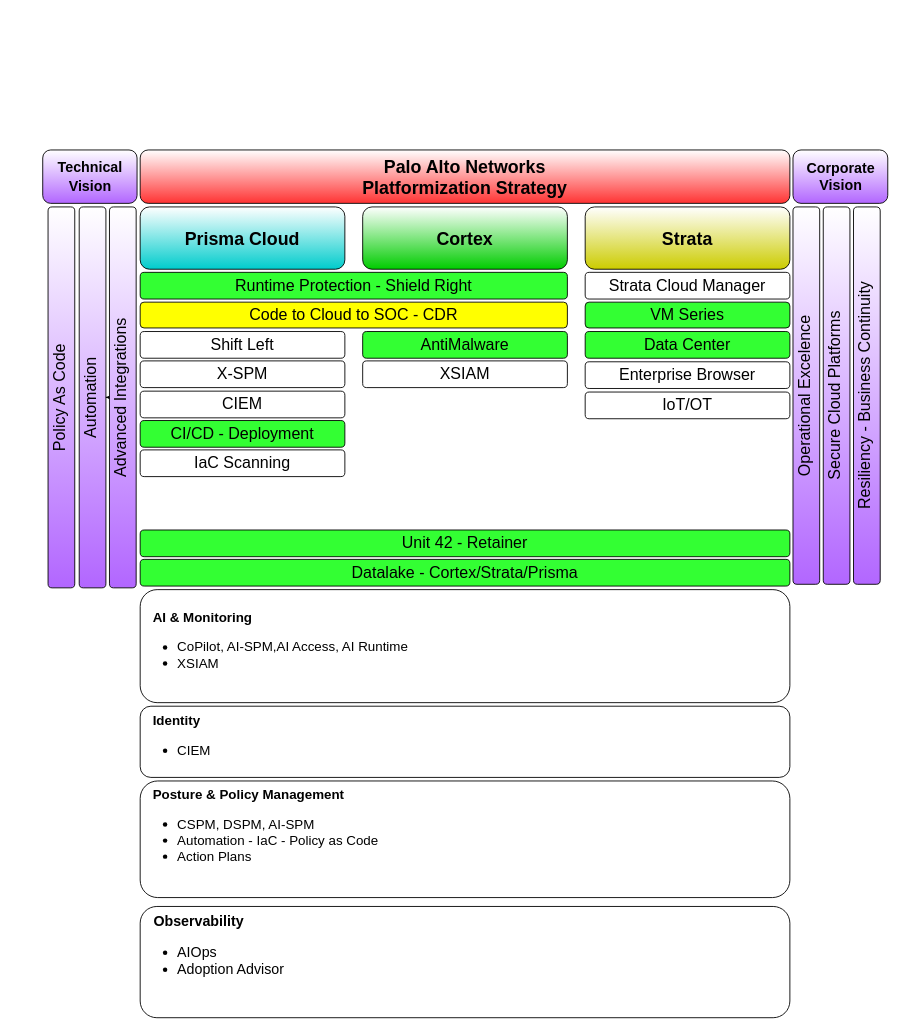
lcastrose/architecture keeps this draw.io diagram as page "Current State" (1 of 2) of BanColombia.drawio. Above is the earlier version. Source tidied: cells renumbered, new cells numbered last; positions are measured from the earlier drawing's top-left corner, leaving out a move shared by most shapes. Both pictures are drawn from the tidied source at 89%, with x=0, y=0 at pixel (42, 150).
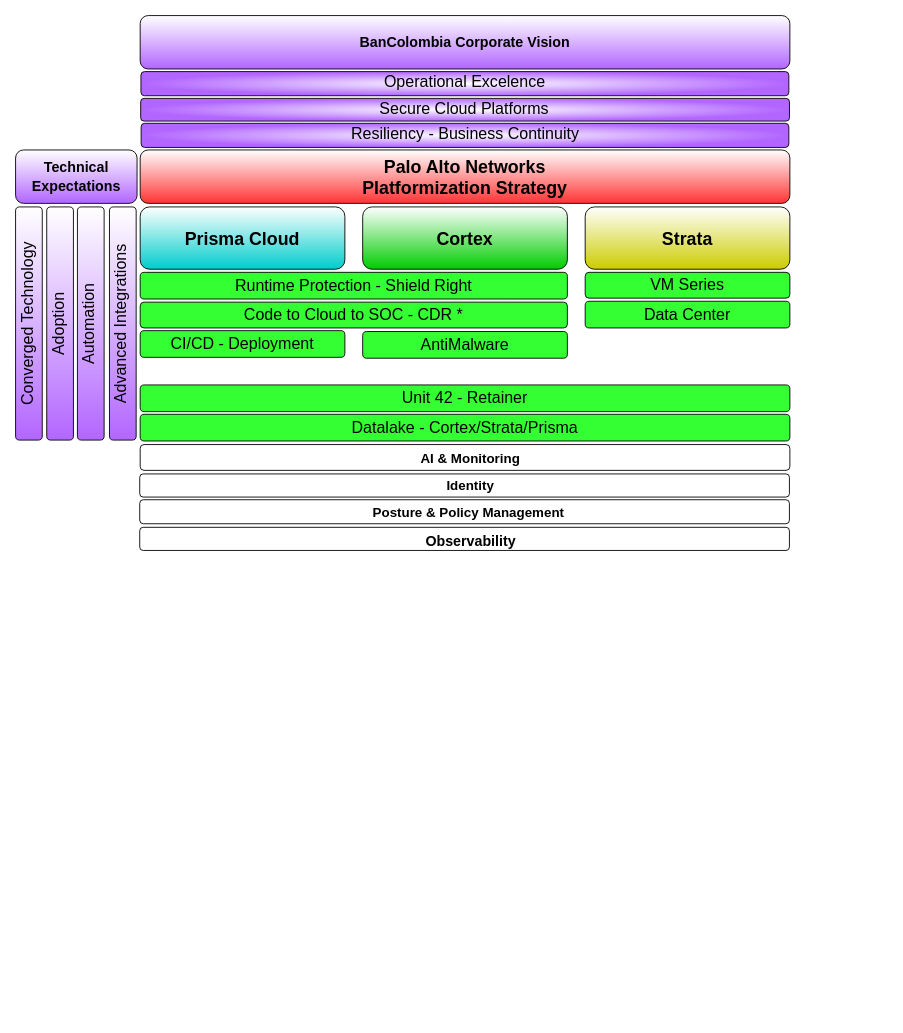
The same page after the edit.

What changed in the source:
```diff
@@
-    <mxCell id="6" value="&lt;b&gt;&amp;nbsp; &amp;nbsp;AI &amp;amp; Monitoring&lt;/b&gt;&lt;div&gt;&lt;ul&gt;&lt;li&gt;CoPilot, AI-SPM,AI Access, AI Runtime&lt;/li&gt;&lt;li&gt;XSIAM&lt;/li&gt;&lt;/ul&gt;&lt;/div&gt;" style="rounded=1;whiteSpace=wrap;html=1;fontSize=15;align=left;" parent="1" vertex="1">
-      <mxGeometry x="110" y="494" width="730" height="127" as="geometry" />
+    <mxCell id="6" value="&lt;b&gt;&amp;nbsp; &amp;nbsp;AI &amp;amp; Monitoring&lt;/b&gt;" style="rounded=1;whiteSpace=wrap;html=1;fontSize=15;align=center;" parent="1" vertex="1">
+      <mxGeometry x="110" y="331" width="730" height="29" as="geometry" />
     </mxCell>
-    <mxCell id="7" value="&lt;b&gt;&amp;nbsp; &amp;nbsp;Identity&lt;/b&gt;&lt;div&gt;&lt;ul&gt;&lt;li&gt;CIEM&lt;/li&gt;&lt;/ul&gt;&lt;/div&gt;" style="rounded=1;whiteSpace=wrap;html=1;fontSize=15;align=left;" parent="1" vertex="1">
-      <mxGeometry x="110" y="625" width="730" height="80" as="geometry" />
+    <mxCell id="7" value="&lt;b&gt;&amp;nbsp; &amp;nbsp;Identity&lt;/b&gt;" style="rounded=1;whiteSpace=wrap;html=1;fontSize=15;align=center;" parent="1" vertex="1">
+      <mxGeometry x="109.5" y="364" width="730" height="26" as="geometry" />
     </mxCell>
-    <mxCell id="8" value="&lt;b&gt;&amp;nbsp; &amp;nbsp;Posture &amp;amp; Policy Management&lt;/b&gt;&lt;div&gt;&lt;ul&gt;&lt;li&gt;CSPM, DSPM, AI-SPM&lt;/li&gt;&lt;li&gt;Automation - IaC - Policy as Code&lt;/li&gt;&lt;li&gt;Action Plans&lt;/li&gt;&lt;/ul&gt;&lt;div&gt;&lt;b&gt;&lt;br&gt;&lt;/b&gt;&lt;/div&gt;&lt;/div&gt;" style="rounded=1;whiteSpace=wrap;html=1;fontSize=15;align=left;" parent="1" vertex="1">
-      <mxGeometry x="110" y="709" width="730" height="131" as="geometry" />
+    <mxCell id="8" value="&lt;b&gt;&amp;nbsp; Posture &amp;amp; Policy Management&lt;/b&gt;" style="rounded=1;whiteSpace=wrap;html=1;fontSize=15;align=center;" parent="1" vertex="1">
+      <mxGeometry x="109.5" y="393" width="730" height="27" as="geometry" />
     </mxCell>
-    <mxCell id="9" value="&lt;b&gt;&amp;nbsp; &amp;nbsp;Observability&lt;/b&gt;&lt;div&gt;&lt;ul&gt;&lt;li&gt;AIOps&lt;/li&gt;&lt;li&gt;Adoption Advisor&lt;/li&gt;&lt;/ul&gt;&lt;/div&gt;&lt;div&gt;&lt;br&gt;&lt;/div&gt;" style="rounded=1;whiteSpace=wrap;html=1;fontSize=16;align=left;verticalAlign=top;" parent="1" vertex="1">
-      <mxGeometry x="110" y="850" width="730" height="125" as="geometry" />
+    <mxCell id="9" value="&lt;b&gt;&amp;nbsp; &amp;nbsp;Observability&lt;/b&gt;" style="rounded=1;whiteSpace=wrap;html=1;fontSize=16;align=center;verticalAlign=top;" parent="1" vertex="1">
+      <mxGeometry x="109.5" y="424" width="730" height="26" as="geometry" />
     </mxCell>
-    <mxCell id="10" value="Operational Excelence" style="rounded=1;whiteSpace=wrap;html=1;rotation=-180;flipV=1;flipH=1;textDirection=vertical-lr;fontSize=18;gradientColor=#B266FF;" parent="1" vertex="1">
-      <mxGeometry x="843.5" y="64" width="30" height="424" as="geometry" />
+    <mxCell id="10" value="Operational Excelence" style="rounded=1;whiteSpace=wrap;html=1;rotation=-90;flipV=1;flipH=1;textDirection=vertical-lr;fontSize=18;gradientColor=#B266FF;fillColor=default;gradientDirection=radial;" parent="1" vertex="1">
+      <mxGeometry x="461.3" y="-438.5" width="27.1" height="728" as="geometry" />
     </mxCell>
-    <mxCell id="11" style="edgeStyle=orthogonalEdgeStyle;rounded=0;jettySize=auto;html=1;" parent="1" edge="1" source="12" target="18">
-      <mxGeometry relative="1" as="geometry" />
+    <mxCell id="11" style="edgeStyle=orthogonalEdgeStyle;rounded=0;orthogonalLoop=1;jettySize=auto;html=1;" parent="1" edge="1">
+      <mxGeometry relative="1" as="geometry">
+        <mxPoint x="71.5" y="195" as="targetPoint" />
+      </mxGeometry>
     </mxCell>
-    <mxCell id="12" value="Advanced Integrations" style="rounded=1;whiteSpace=wrap;html=1;rotation=-180;flipV=1;flipH=1;textDirection=vertical-lr;fontSize=18;gradientColor=#B266FF;" parent="1" vertex="1">
-      <mxGeometry x="75.5" y="64" width="30" height="428" as="geometry" />
-    </mxCell>
-    <mxCell id="13" value="Resiliency - Business Continuity" style="rounded=1;whiteSpace=wrap;html=1;rotation=-180;flipV=1;flipH=1;textDirection=vertical-lr;fontSize=18;gradientColor=#B266FF;" parent="1" vertex="1">
-      <mxGeometry x="911.5" y="64" width="30" height="424" as="geometry" />
+    <mxCell id="13" value="Resiliency - Business Continuity" style="rounded=1;whiteSpace=wrap;html=1;rotation=-90;flipV=1;flipH=1;textDirection=vertical-lr;fontSize=18;gradientColor=#B266FF;fillColor=default;gradientDirection=radial;" parent="1" vertex="1">
+      <mxGeometry x="461.4" y="-380.3" width="27.1" height="727.8" as="geometry" />
     </mxCell>
     <mxCell id="14" value="VM Series" style="rounded=1;whiteSpace=wrap;html=1;fontSize=18;strokeColor=#000000;strokeWidth=1;fillColor=#33FF33;" parent="1" vertex="1">
-      <mxGeometry x="610" y="171" width="230" height="29" as="geometry" />
+      <mxGeometry x="610" y="137.5" width="230" height="29" as="geometry" />
     </mxCell>
-    <mxCell id="15" value="Strata Cloud Manager" style="rounded=1;whiteSpace=wrap;html=1;fontSize=18;" parent="1" vertex="1">
-      <mxGeometry x="610" y="137.5" width="230" height="30" as="geometry" />
-    </mxCell>
-    <mxCell id="16" value="Code to Cloud to SOC - CDR" style="rounded=1;whiteSpace=wrap;html=1;fontSize=18;fillColor=#FFFF00;" parent="1" vertex="1">
+    <mxCell id="16" value="Code to Cloud to SOC - CDR *" style="rounded=1;whiteSpace=wrap;html=1;fontSize=18;fillColor=#33FF33;" parent="1" vertex="1">
       <mxGeometry x="110" y="171" width="480" height="29" as="geometry" />
     </mxCell>
-    <mxCell id="17" value="Policy As Code" style="rounded=1;whiteSpace=wrap;html=1;rotation=-180;flipV=1;flipH=1;textDirection=vertical-lr;fontSize=18;gradientColor=#B266FF;" parent="1" vertex="1">
-      <mxGeometry x="6.5" y="64" width="30" height="428" as="geometry" />
-    </mxCell>
-    <mxCell id="18" value="Automation" style="rounded=1;whiteSpace=wrap;html=1;rotation=-180;flipV=1;flipH=1;textDirection=vertical-lr;fontSize=18;gradientColor=#B266FF;" parent="1" vertex="1">
-      <mxGeometry x="41.5" y="64" width="30" height="428" as="geometry" />
-    </mxCell>
     <mxCell id="19" value="Data Center" style="rounded=1;whiteSpace=wrap;html=1;fontSize=18;strokeWidth=1;strokeColor=#000000;fillColor=#33FF33;" parent="1" vertex="1">
-      <mxGeometry x="610" y="204" width="230" height="30" as="geometry" />
+      <mxGeometry x="610" y="170" width="230" height="30" as="geometry" />
     </mxCell>
-    <mxCell id="20" value="Enterprise Browser" style="rounded=1;whiteSpace=wrap;html=1;fontSize=18;" parent="1" vertex="1">
-      <mxGeometry x="610" y="238" width="230" height="30" as="geometry" />
-    </mxCell>
@@
-    <mxCell id="22" value="Shift Left" style="rounded=1;whiteSpace=wrap;html=1;fontSize=18;" parent="1" vertex="1">
-      <mxGeometry x="110" y="204" width="230" height="30" as="geometry" />
-    </mxCell>
-    <mxCell id="23" value="X-SPM" style="rounded=1;whiteSpace=wrap;html=1;fontSize=18;" parent="1" vertex="1">
-      <mxGeometry x="110" y="237" width="230" height="30" as="geometry" />
-    </mxCell>
     <mxCell id="24" value="Datalake - Cortex/Strata/Prisma" style="rounded=1;whiteSpace=wrap;html=1;fontSize=18;strokeWidth=1;strokeColor=#000000;fillColor=#33FF33;" parent="1" vertex="1">
-      <mxGeometry x="110" y="460" width="730" height="30" as="geometry" />
+      <mxGeometry x="110" y="297" width="730" height="30" as="geometry" />
     </mxCell>
-    <mxCell id="25" value="IoT/OT" style="rounded=1;whiteSpace=wrap;html=1;fontSize=18;strokeWidth=1;strokeColor=#000000;" parent="1" vertex="1">
-      <mxGeometry x="610" y="272" width="230" height="30" as="geometry" />
-    </mxCell>
-    <mxCell id="26" value="Secure Cloud Platforms" style="rounded=1;whiteSpace=wrap;html=1;rotation=-180;flipV=1;flipH=1;textDirection=vertical-lr;fontSize=18;gradientColor=#B266FF;" parent="1" vertex="1">
-      <mxGeometry x="877.5" y="64" width="30" height="424" as="geometry" />
+    <mxCell id="26" value="Secure Cloud Platforms" style="rounded=1;whiteSpace=wrap;html=1;rotation=-90;flipV=1;flipH=1;textDirection=vertical-lr;fontSize=18;gradientColor=#B266FF;fillColor=default;gradientDirection=radial;" parent="1" vertex="1">
+      <mxGeometry x="462.3" y="-409.7" width="25.5" height="729" as="geometry" />
     </mxCell>
-    <mxCell id="27" value="&lt;font&gt;&lt;b&gt;Corporate Vision&lt;/b&gt;&lt;/font&gt;" style="rounded=1;whiteSpace=wrap;html=1;fontSize=16;gradientColor=#B266FF;" parent="1" vertex="1">
-      <mxGeometry x="843.5" width="106.5" height="60" as="geometry" />
+    <mxCell id="27" value="&lt;font&gt;&lt;b&gt;BanColombia Corporate Vision&lt;/b&gt;&lt;/font&gt;" style="rounded=1;whiteSpace=wrap;html=1;fontSize=16;gradientColor=#B266FF;" parent="1" vertex="1">
+      <mxGeometry x="110" y="-151" width="730" height="60" as="geometry" />
     </mxCell>
-    <mxCell id="28" value="&lt;font style=&quot;font-size: 16px;&quot;&gt;&lt;b style=&quot;&quot;&gt;Technical Vision&lt;/b&gt;&lt;/font&gt;" style="rounded=1;whiteSpace=wrap;html=1;fontSize=18;gradientColor=#B266FF;" parent="1" vertex="1">
-      <mxGeometry x="0.5" width="106" height="60" as="geometry" />
-    </mxCell>
@@
     <mxCell id="30" value="Unit 42 - Retainer" style="rounded=1;whiteSpace=wrap;html=1;fontSize=18;strokeWidth=1;strokeColor=#000000;fillColor=#33FF33;" parent="1" vertex="1">
-      <mxGeometry x="110" y="427" width="730" height="30" as="geometry" />
+      <mxGeometry x="110" y="264" width="730" height="30" as="geometry" />
     </mxCell>
-    <mxCell id="31" value="CIEM" style="rounded=1;whiteSpace=wrap;html=1;fontSize=18;" parent="1" vertex="1">
-      <mxGeometry x="110" y="271" width="230" height="30" as="geometry" />
-    </mxCell>
     <mxCell id="32" value="CI/CD - Deployment" style="rounded=1;whiteSpace=wrap;html=1;fontSize=18;fillColor=#33FF33;" parent="1" vertex="1">
-      <mxGeometry x="110" y="304" width="230" height="30" as="geometry" />
+      <mxGeometry x="110" y="203" width="230" height="30" as="geometry" />
     </mxCell>
-    <mxCell id="33" value="XSIAM" style="rounded=1;whiteSpace=wrap;html=1;fontSize=18;" parent="1" vertex="1">
-      <mxGeometry x="360" y="237" width="230" height="30" as="geometry" />
-    </mxCell>
-    <mxCell id="34" value="IaC Scanning" style="rounded=1;whiteSpace=wrap;html=1;fontSize=18;fillColor=#FFFFFF;" parent="1" vertex="1">
-      <mxGeometry x="110" y="337" width="230" height="30" as="geometry" />
-    </mxCell>
+    <mxCell id="12" value="Advanced Integrations" style="rounded=1;whiteSpace=wrap;html=1;rotation=-180;flipV=1;flipH=1;textDirection=vertical-lr;fontSize=18;gradientColor=#B266FF;" parent="1" vertex="1">
+      <mxGeometry x="75.5" y="64" width="30" height="262" as="geometry" />
+    </mxCell>
+    <mxCell id="35" value="Converged Technology" style="rounded=1;whiteSpace=wrap;html=1;rotation=-180;flipV=1;flipH=1;textDirection=vertical-lr;fontSize=18;gradientColor=#B266FF;" parent="1" vertex="1">
+      <mxGeometry x="-30" y="64" width="30" height="262" as="geometry" />
+    </mxCell>
+    <mxCell id="18" value="Automation" style="rounded=1;whiteSpace=wrap;html=1;rotation=-180;flipV=1;flipH=1;textDirection=vertical-lr;fontSize=18;gradientColor=#B266FF;" parent="1" vertex="1">
+      <mxGeometry x="39.5" y="64" width="30" height="262" as="geometry" />
+    </mxCell>
+    <mxCell id="36" value="&lt;font style=&quot;font-size: 16px;&quot;&gt;&lt;b style=&quot;&quot;&gt;Technical&lt;/b&gt;&lt;/font&gt;&lt;div&gt;&lt;font style=&quot;font-size: 16px;&quot;&gt;&lt;b style=&quot;&quot;&gt;Expectations&lt;/b&gt;&lt;/font&gt;&lt;/div&gt;" style="rounded=1;whiteSpace=wrap;html=1;fontSize=18;gradientColor=#B266FF;" parent="1" vertex="1">
+      <mxGeometry x="-30" width="136.5" height="60" as="geometry" />
+    </mxCell>
+    <mxCell id="37" value="Adoption" style="rounded=1;whiteSpace=wrap;html=1;rotation=-180;flipV=1;flipH=1;textDirection=vertical-lr;fontSize=18;gradientColor=#B266FF;" parent="1" vertex="1">
+      <mxGeometry x="5" y="64" width="30" height="262" as="geometry" />
+    </mxCell>
```
